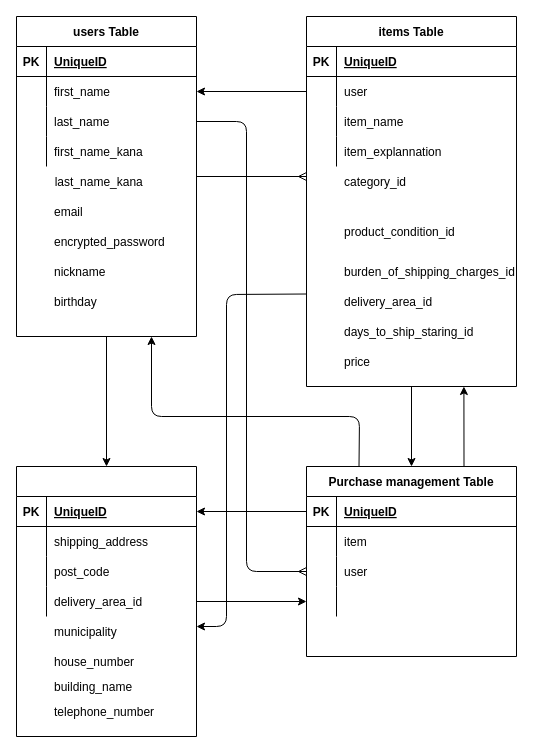
ManomeYuya/furima-37532 keeps this draw.io diagram as furima.dio. Above is the earlier version. Source tidied: cells renumbered, new cells numbered last; positions are measured from the earlier drawing's top-left corner, leaving out a move shared by most shapes. Both pictures are drawn from the tidied source at 100%, with x=0, y=0 at pixel (16, 16).
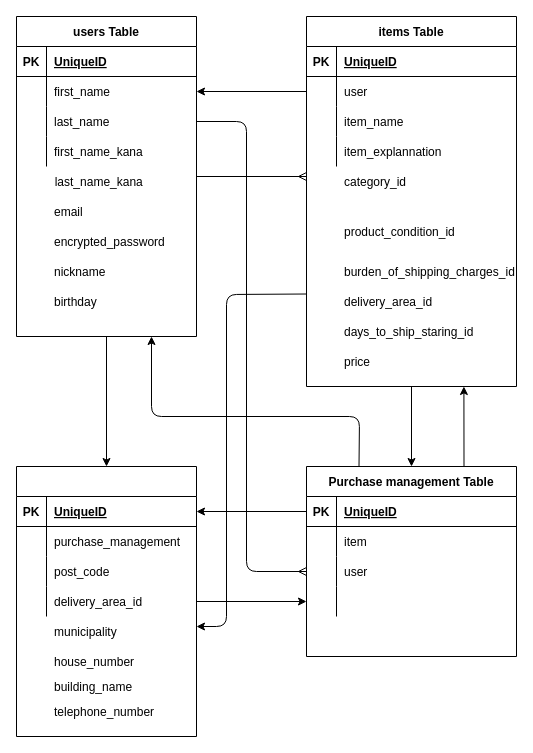
The same diagram, later.

Unchanged cells that the change refers to:
```xml
<mxCell id="56" style="shape=partialRectangle;fillColor=none;top=0;left=0;bottom=0;right=0;" parent="52" vertex="1">
  <mxGeometry y="60" width="180" height="30" as="geometry" />
</mxCell>
```

The edit, as a diff of the source:
```diff
@@
-    <mxCell id="58" value="shipping_address" style="shape=partialRectangle;fillColor=none;top=0;left=0;bottom=0;right=0;align=left;spacingLeft=6;overflow=hidden;" parent="56" vertex="1">
+    <mxCell id="58" value="purchase_management" style="shape=partialRectangle;fillColor=none;top=0;left=0;bottom=0;right=0;align=left;spacingLeft=6;overflow=hidden;" parent="56" vertex="1">
       <mxGeometry x="30" width="150" height="30" as="geometry" />
     </mxCell>
```
